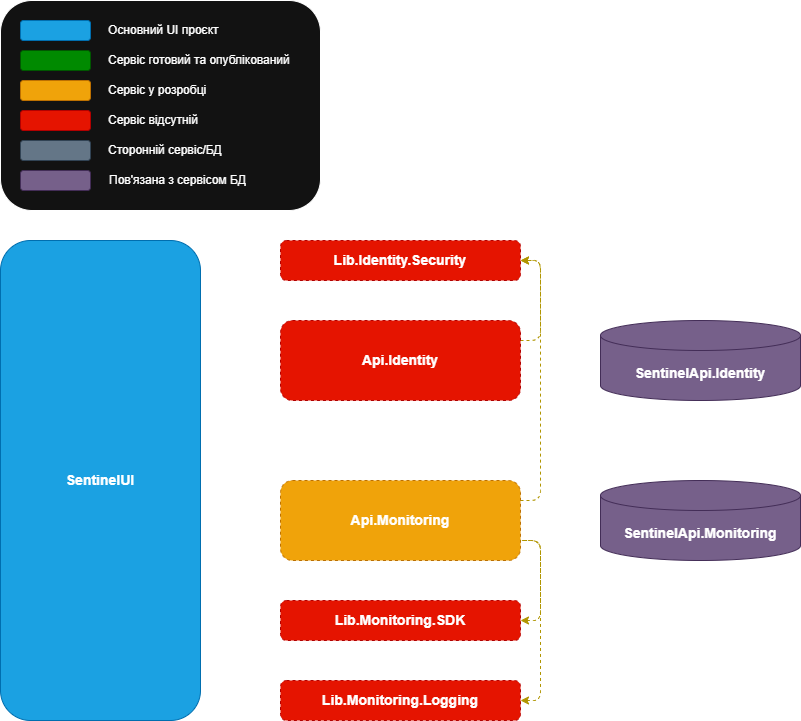
This is docs/architecture.png from SergioKostyukov/Sentinel, a draw.io export, as it was before one commit. Source tidied: cells renumbered, new cells last; positions are measured from the earlier drawing's top-left corner, leaving out a move shared by most shapes. The source it was exported from:
```xml
<mxGraphModel background="#494949">
  <root>
    <mxCell id="0" />
    <mxCell id="1" parent="0" />
    <mxCell id="2" style="edgeStyle=orthogonalEdgeStyle;html=1;exitX=1;exitY=0.5;exitDx=0;exitDy=0;entryX=0;entryY=0.5;entryDx=0;entryDy=0;rounded=1;" parent="1" edge="1" source="4" target="20">
      <mxGeometry relative="1" as="geometry" />
    </mxCell>
    <mxCell id="3" style="edgeStyle=orthogonalEdgeStyle;rounded=1;html=1;exitX=1;exitY=0.5;exitDx=0;exitDy=0;entryX=0;entryY=0.5;entryDx=0;entryDy=0;" parent="1" edge="1" source="4" target="24">
      <mxGeometry relative="1" as="geometry" />
    </mxCell>
    <mxCell id="4" value="SentinelUI" style="rounded=1;whiteSpace=wrap;html=1;fontStyle=1;fillColor=#1ba1e2;strokeColor=#006EAF;fontSize=14;fontColor=#ffffff;glass=0;shadow=0;" parent="1" vertex="1">
      <mxGeometry y="240" width="200" height="480" as="geometry" />
    </mxCell>
    <mxCell id="5" style="rounded=1;whiteSpace=wrap;html=1;" parent="1" vertex="1">
      <mxGeometry width="320" height="210" as="geometry" />
    </mxCell>
    <mxCell id="6" style="rounded=1;whiteSpace=wrap;html=1;fillColor=#1ba1e2;fontColor=#ffffff;strokeColor=#006EAF;" parent="1" vertex="1">
      <mxGeometry x="20" y="20" width="70" height="20" as="geometry" />
    </mxCell>
    <mxCell id="7" style="rounded=1;whiteSpace=wrap;html=1;fillColor=#008a00;fontColor=#ffffff;strokeColor=#005700;" parent="1" vertex="1">
      <mxGeometry x="20" y="50" width="70" height="20" as="geometry" />
    </mxCell>
    <mxCell id="8" style="rounded=1;whiteSpace=wrap;html=1;fillColor=#f0a30a;fontColor=#000000;strokeColor=#BD7000;" parent="1" vertex="1">
      <mxGeometry x="20" y="80" width="70" height="20" as="geometry" />
    </mxCell>
    <mxCell id="9" style="rounded=1;whiteSpace=wrap;html=1;fillColor=#e51400;fontColor=#ffffff;strokeColor=#B20000;" parent="1" vertex="1">
      <mxGeometry x="20" y="110" width="70" height="20" as="geometry" />
    </mxCell>
    <mxCell id="10" style="rounded=1;whiteSpace=wrap;html=1;fillColor=#647687;fontColor=#ffffff;strokeColor=#314354;" parent="1" vertex="1">
      <mxGeometry x="20" y="140" width="70" height="20" as="geometry" />
    </mxCell>
    <mxCell id="11" value="Основний UI проєкт" style="text;html=1;align=left;verticalAlign=middle;whiteSpace=wrap;rounded=1;fillColor=none;" parent="1" vertex="1">
      <mxGeometry x="106" y="15" width="204" height="30" as="geometry" />
    </mxCell>
    <mxCell id="12" value="Сервіс готовий та опублікований" style="text;html=1;align=left;verticalAlign=middle;whiteSpace=wrap;rounded=1;fillColor=none;" parent="1" vertex="1">
      <mxGeometry x="106" y="45" width="204" height="30" as="geometry" />
    </mxCell>
    <mxCell id="13" value="Сервіс у розробці" style="text;html=1;align=left;verticalAlign=middle;whiteSpace=wrap;rounded=1;fillColor=none;" parent="1" vertex="1">
      <mxGeometry x="106" y="75" width="204" height="30" as="geometry" />
    </mxCell>
    <mxCell id="14" value="Сервіс відсутній" style="text;html=1;align=left;verticalAlign=middle;whiteSpace=wrap;rounded=1;fillColor=none;" parent="1" vertex="1">
      <mxGeometry x="106" y="105" width="204" height="30" as="geometry" />
    </mxCell>
    <mxCell id="15" value="Сторонній сервіс/БД" style="text;html=1;align=left;verticalAlign=middle;whiteSpace=wrap;rounded=1;fillColor=none;" parent="1" vertex="1">
      <mxGeometry x="106" y="135" width="204" height="30" as="geometry" />
    </mxCell>
    <mxCell id="16" style="rounded=1;whiteSpace=wrap;html=1;fillColor=#76608a;fontColor=#ffffff;strokeColor=#432D57;" parent="1" vertex="1">
      <mxGeometry x="20" y="170" width="70" height="20" as="geometry" />
    </mxCell>
    <mxCell id="17" value="Пов'язана з сервісом БД" style="text;html=1;align=left;verticalAlign=middle;whiteSpace=wrap;rounded=1;fillColor=none;" parent="1" vertex="1">
      <mxGeometry x="107" y="165" width="204" height="30" as="geometry" />
    </mxCell>
    <mxCell id="18" style="edgeStyle=orthogonalEdgeStyle;rounded=1;html=1;exitX=1;exitY=0.25;exitDx=0;exitDy=0;entryX=1;entryY=0.5;entryDx=0;entryDy=0;dashed=1;fillColor=#e3c800;strokeColor=#B09500;" parent="1" edge="1" source="20" target="25">
      <mxGeometry relative="1" as="geometry">
        <Array as="points">
          <mxPoint x="540" y="340" />
          <mxPoint x="540" y="260" />
        </Array>
      </mxGeometry>
    </mxCell>
    <mxCell id="19" style="edgeStyle=orthogonalEdgeStyle;rounded=1;html=1;exitX=1;exitY=0.5;exitDx=0;exitDy=0;entryX=0;entryY=0.5;entryDx=0;entryDy=0;entryPerimeter=0;dashed=1;" parent="1" edge="1" source="20" target="21">
      <mxGeometry relative="1" as="geometry" />
    </mxCell>
    <mxCell id="20" value="&lt;span style=&quot;font-style: normal; font-variant-ligatures: normal; font-variant-caps: normal; letter-spacing: normal; orphans: 2; text-align: center; text-indent: 0px; text-transform: none; widows: 2; word-spacing: 0px; -webkit-text-stroke-width: 0px; text-decoration-thickness: initial; text-decoration-style: initial; text-decoration-color: initial; float: none; display: inline !important;&quot;&gt;&lt;font style=&quot;&quot;&gt;&lt;font style=&quot;&quot;&gt;&lt;span&gt;&lt;font style=&quot;color: rgb(255, 255, 255);&quot;&gt;Api.Identity&lt;/font&gt;&lt;/span&gt;&lt;/font&gt;&lt;/font&gt;&lt;/span&gt;" style="rounded=1;whiteSpace=wrap;html=1;fontStyle=1;dashed=1;fillColor=#e51400;fontColor=#ffffff;strokeColor=#B20000;fontSize=14;" parent="1" vertex="1">
      <mxGeometry x="280" y="320" width="240" height="80" as="geometry" />
    </mxCell>
    <mxCell id="21" value="&lt;font&gt;&lt;span style=&quot;font-weight: 700;&quot;&gt;S&lt;/span&gt;&lt;b&gt;entinelApi.Identity&lt;/b&gt;&lt;br&gt;&lt;/font&gt;" style="shape=cylinder3;whiteSpace=wrap;html=1;boundedLbl=1;backgroundOutline=1;size=15;fontSize=14;fillColor=#76608a;fontColor=#ffffff;strokeColor=#432D57;rounded=1;" parent="1" vertex="1">
      <mxGeometry x="600" y="320" width="200" height="80" as="geometry" />
    </mxCell>
    <mxCell id="22" style="edgeStyle=orthogonalEdgeStyle;rounded=1;html=1;exitX=1;exitY=0.25;exitDx=0;exitDy=0;entryX=1;entryY=0.5;entryDx=0;entryDy=0;dashed=1;fillColor=#e3c800;strokeColor=#B09500;" parent="1" edge="1" source="24" target="25">
      <mxGeometry relative="1" as="geometry">
        <Array as="points">
          <mxPoint x="540" y="500" />
          <mxPoint x="540" y="260" />
        </Array>
      </mxGeometry>
    </mxCell>
    <mxCell id="23" style="edgeStyle=orthogonalEdgeStyle;rounded=1;html=1;exitX=1;exitY=0.5;exitDx=0;exitDy=0;entryX=0;entryY=0.5;entryDx=0;entryDy=0;entryPerimeter=0;dashed=1;" parent="1" edge="1" source="24" target="26">
      <mxGeometry relative="1" as="geometry" />
    </mxCell>
    <mxCell id="24" value="&lt;span style=&quot;font-style: normal; font-variant-ligatures: normal; font-variant-caps: normal; letter-spacing: normal; orphans: 2; text-align: center; text-indent: 0px; text-transform: none; widows: 2; word-spacing: 0px; -webkit-text-stroke-width: 0px; text-decoration-thickness: initial; text-decoration-style: initial; text-decoration-color: initial; float: none; display: inline !important;&quot;&gt;&lt;font style=&quot;&quot;&gt;&lt;font style=&quot;&quot;&gt;&lt;span&gt;&lt;font style=&quot;color: rgb(255, 255, 255);&quot;&gt;Api.Monitoring&lt;/font&gt;&lt;/span&gt;&lt;/font&gt;&lt;/font&gt;&lt;/span&gt;" style="rounded=1;whiteSpace=wrap;html=1;fontStyle=1;dashed=1;fillColor=#f0a30a;fontColor=#000000;strokeColor=#BD7000;fontSize=14;" parent="1" vertex="1">
      <mxGeometry x="280" y="480" width="240" height="80" as="geometry" />
    </mxCell>
    <mxCell id="25" value="&lt;span style=&quot;font-style: normal; font-variant-ligatures: normal; font-variant-caps: normal; letter-spacing: normal; orphans: 2; text-align: center; text-indent: 0px; text-transform: none; widows: 2; word-spacing: 0px; -webkit-text-stroke-width: 0px; text-decoration-thickness: initial; text-decoration-style: initial; text-decoration-color: initial; float: none; display: inline !important;&quot;&gt;&lt;font style=&quot;&quot;&gt;&lt;font style=&quot;&quot;&gt;&lt;span style=&quot;color: rgb(255, 255, 255);&quot;&gt;&lt;font style=&quot;&quot;&gt;Lib.Identity.Security&lt;/font&gt;&lt;/span&gt;&lt;/font&gt;&lt;/font&gt;&lt;/span&gt;&lt;div&gt;&lt;/div&gt;" style="rounded=1;whiteSpace=wrap;html=1;fontStyle=1;dashed=1;fillColor=#e51400;fontColor=#ffffff;strokeColor=#B20000;fontSize=14;" parent="1" vertex="1">
      <mxGeometry x="280" y="240" width="240" height="40" as="geometry" />
    </mxCell>
    <mxCell id="26" value="&lt;font&gt;&lt;span style=&quot;font-weight: 700;&quot;&gt;S&lt;/span&gt;&lt;b&gt;entinelApi.Monitoring&lt;/b&gt;&lt;br&gt;&lt;/font&gt;" style="shape=cylinder3;whiteSpace=wrap;html=1;boundedLbl=1;backgroundOutline=1;size=15;fontSize=14;fillColor=#76608a;fontColor=#ffffff;strokeColor=#432D57;rounded=1;" parent="1" vertex="1">
      <mxGeometry x="600" y="480" width="200" height="80" as="geometry" />
    </mxCell>
    <mxCell id="27" style="edgeStyle=orthogonalEdgeStyle;rounded=1;jettySize=auto;html=1;exitX=1;exitY=0.5;exitDx=0;exitDy=0;entryX=1;entryY=0.75;entryDx=0;entryDy=0;dashed=1;curved=0;fillColor=#e3c800;strokeColor=#B09500;startArrow=classic;startFill=1;endArrow=none;endFill=0;" parent="1" edge="1" source="28" target="24">
      <mxGeometry relative="1" as="geometry" />
    </mxCell>
    <mxCell id="28" value="&lt;span style=&quot;font-style: normal; font-variant-ligatures: normal; font-variant-caps: normal; letter-spacing: normal; orphans: 2; text-align: center; text-indent: 0px; text-transform: none; widows: 2; word-spacing: 0px; -webkit-text-stroke-width: 0px; text-decoration-thickness: initial; text-decoration-style: initial; text-decoration-color: initial; float: none; display: inline !important;&quot;&gt;&lt;font style=&quot;&quot;&gt;&lt;font style=&quot;&quot;&gt;&lt;span style=&quot;color: rgb(255, 255, 255);&quot;&gt;&lt;font style=&quot;&quot;&gt;Lib.Monitoring.SDK&lt;/font&gt;&lt;/span&gt;&lt;/font&gt;&lt;/font&gt;&lt;/span&gt;&lt;div&gt;&lt;/div&gt;" style="rounded=1;whiteSpace=wrap;html=1;fontStyle=1;dashed=1;fillColor=#e51400;fontColor=#ffffff;strokeColor=#B20000;fontSize=14;" parent="1" vertex="1">
      <mxGeometry x="280" y="600" width="240" height="40" as="geometry" />
    </mxCell>
    <mxCell id="29" style="edgeStyle=orthogonalEdgeStyle;rounded=1;jettySize=auto;html=1;exitX=1;exitY=0.5;exitDx=0;exitDy=0;entryX=1;entryY=0.75;entryDx=0;entryDy=0;dashed=1;curved=0;fillColor=#e3c800;strokeColor=#B09500;startArrow=classic;startFill=1;endArrow=none;endFill=0;" parent="1" edge="1" source="30" target="24">
      <mxGeometry relative="1" as="geometry" />
    </mxCell>
    <mxCell id="30" value="&lt;span style=&quot;font-style: normal; font-variant-ligatures: normal; font-variant-caps: normal; letter-spacing: normal; orphans: 2; text-align: center; text-indent: 0px; text-transform: none; widows: 2; word-spacing: 0px; -webkit-text-stroke-width: 0px; text-decoration-thickness: initial; text-decoration-style: initial; text-decoration-color: initial; float: none; display: inline !important;&quot;&gt;&lt;font style=&quot;&quot;&gt;&lt;font style=&quot;&quot;&gt;&lt;span style=&quot;color: rgb(255, 255, 255);&quot;&gt;&lt;font style=&quot;&quot;&gt;Lib.Monitoring.Logging&lt;/font&gt;&lt;/span&gt;&lt;/font&gt;&lt;/font&gt;&lt;/span&gt;&lt;div&gt;&lt;/div&gt;" style="rounded=1;whiteSpace=wrap;html=1;fontStyle=1;dashed=1;fillColor=#e51400;fontColor=#ffffff;strokeColor=#B20000;fontSize=14;" parent="1" vertex="1">
      <mxGeometry x="280" y="680" width="240" height="40" as="geometry" />
    </mxCell>
  </root>
</mxGraphModel>
```
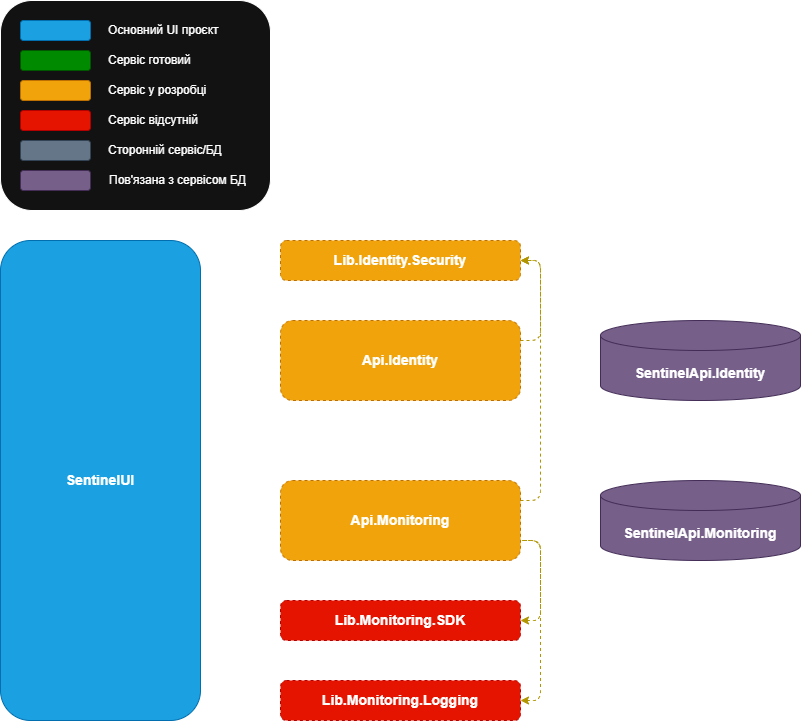
After the commit.

Diff of the diagram source:
```diff
@@ -12,7 +12,7 @@
       <mxGeometry y="240" width="200" height="480" as="geometry" />
     </mxCell>
     <mxCell id="5" style="rounded=1;whiteSpace=wrap;html=1;" parent="1" vertex="1">
-      <mxGeometry width="320" height="210" as="geometry" />
+      <mxGeometry width="270" height="210" as="geometry" />
     </mxCell>
     <mxCell id="6" style="rounded=1;whiteSpace=wrap;html=1;fillColor=#1ba1e2;fontColor=#ffffff;strokeColor=#006EAF;" parent="1" vertex="1">
       <mxGeometry x="20" y="20" width="70" height="20" as="geometry" />
@@ -32,7 +32,7 @@
     <mxCell id="11" value="Основний UI проєкт" style="text;html=1;align=left;verticalAlign=middle;whiteSpace=wrap;rounded=1;fillColor=none;" parent="1" vertex="1">
       <mxGeometry x="106" y="15" width="204" height="30" as="geometry" />
     </mxCell>
-    <mxCell id="12" value="Сервіс готовий та опублікований" style="text;html=1;align=left;verticalAlign=middle;whiteSpace=wrap;rounded=1;fillColor=none;" parent="1" vertex="1">
+    <mxCell id="12" value="Сервіс готовий" style="text;html=1;align=left;verticalAlign=middle;whiteSpace=wrap;rounded=1;fillColor=none;" parent="1" vertex="1">
       <mxGeometry x="106" y="45" width="204" height="30" as="geometry" />
     </mxCell>
     <mxCell id="13" value="Сервіс у розробці" style="text;html=1;align=left;verticalAlign=middle;whiteSpace=wrap;rounded=1;fillColor=none;" parent="1" vertex="1">
@@ -61,7 +61,7 @@
     <mxCell id="19" style="edgeStyle=orthogonalEdgeStyle;rounded=1;html=1;exitX=1;exitY=0.5;exitDx=0;exitDy=0;entryX=0;entryY=0.5;entryDx=0;entryDy=0;entryPerimeter=0;dashed=1;" parent="1" edge="1" source="20" target="21">
       <mxGeometry relative="1" as="geometry" />
     </mxCell>
-    <mxCell id="20" value="&lt;span style=&quot;font-style: normal; font-variant-ligatures: normal; font-variant-caps: normal; letter-spacing: normal; orphans: 2; text-align: center; text-indent: 0px; text-transform: none; widows: 2; word-spacing: 0px; -webkit-text-stroke-width: 0px; text-decoration-thickness: initial; text-decoration-style: initial; text-decoration-color: initial; float: none; display: inline !important;&quot;&gt;&lt;font style=&quot;&quot;&gt;&lt;font style=&quot;&quot;&gt;&lt;span&gt;&lt;font style=&quot;color: rgb(255, 255, 255);&quot;&gt;Api.Identity&lt;/font&gt;&lt;/span&gt;&lt;/font&gt;&lt;/font&gt;&lt;/span&gt;" style="rounded=1;whiteSpace=wrap;html=1;fontStyle=1;dashed=1;fillColor=#e51400;fontColor=#ffffff;strokeColor=#B20000;fontSize=14;" parent="1" vertex="1">
+    <mxCell id="20" value="&lt;span style=&quot;font-style: normal; font-variant-ligatures: normal; font-variant-caps: normal; letter-spacing: normal; orphans: 2; text-align: center; text-indent: 0px; text-transform: none; widows: 2; word-spacing: 0px; -webkit-text-stroke-width: 0px; text-decoration-thickness: initial; text-decoration-style: initial; text-decoration-color: initial; float: none; display: inline !important;&quot;&gt;&lt;font style=&quot;&quot;&gt;&lt;font style=&quot;&quot;&gt;&lt;span&gt;&lt;font style=&quot;color: rgb(255, 255, 255);&quot;&gt;Api.Identity&lt;/font&gt;&lt;/span&gt;&lt;/font&gt;&lt;/font&gt;&lt;/span&gt;" style="rounded=1;whiteSpace=wrap;html=1;fontStyle=1;dashed=1;fillColor=#f0a30a;fontColor=#000000;strokeColor=#BD7000;fontSize=14;" parent="1" vertex="1">
       <mxGeometry x="280" y="320" width="240" height="80" as="geometry" />
     </mxCell>
     <mxCell id="21" value="&lt;font&gt;&lt;span style=&quot;font-weight: 700;&quot;&gt;S&lt;/span&gt;&lt;b&gt;entinelApi.Identity&lt;/b&gt;&lt;br&gt;&lt;/font&gt;" style="shape=cylinder3;whiteSpace=wrap;html=1;boundedLbl=1;backgroundOutline=1;size=15;fontSize=14;fillColor=#76608a;fontColor=#ffffff;strokeColor=#432D57;rounded=1;" parent="1" vertex="1">
@@ -81,7 +81,7 @@
     <mxCell id="24" value="&lt;span style=&quot;font-style: normal; font-variant-ligatures: normal; font-variant-caps: normal; letter-spacing: normal; orphans: 2; text-align: center; text-indent: 0px; text-transform: none; widows: 2; word-spacing: 0px; -webkit-text-stroke-width: 0px; text-decoration-thickness: initial; text-decoration-style: initial; text-decoration-color: initial; float: none; display: inline !important;&quot;&gt;&lt;font style=&quot;&quot;&gt;&lt;font style=&quot;&quot;&gt;&lt;span&gt;&lt;font style=&quot;color: rgb(255, 255, 255);&quot;&gt;Api.Monitoring&lt;/font&gt;&lt;/span&gt;&lt;/font&gt;&lt;/font&gt;&lt;/span&gt;" style="rounded=1;whiteSpace=wrap;html=1;fontStyle=1;dashed=1;fillColor=#f0a30a;fontColor=#000000;strokeColor=#BD7000;fontSize=14;" parent="1" vertex="1">
       <mxGeometry x="280" y="480" width="240" height="80" as="geometry" />
     </mxCell>
-    <mxCell id="25" value="&lt;span style=&quot;font-style: normal; font-variant-ligatures: normal; font-variant-caps: normal; letter-spacing: normal; orphans: 2; text-align: center; text-indent: 0px; text-transform: none; widows: 2; word-spacing: 0px; -webkit-text-stroke-width: 0px; text-decoration-thickness: initial; text-decoration-style: initial; text-decoration-color: initial; float: none; display: inline !important;&quot;&gt;&lt;font style=&quot;&quot;&gt;&lt;font style=&quot;&quot;&gt;&lt;span style=&quot;color: rgb(255, 255, 255);&quot;&gt;&lt;font style=&quot;&quot;&gt;Lib.Identity.Security&lt;/font&gt;&lt;/span&gt;&lt;/font&gt;&lt;/font&gt;&lt;/span&gt;&lt;div&gt;&lt;/div&gt;" style="rounded=1;whiteSpace=wrap;html=1;fontStyle=1;dashed=1;fillColor=#e51400;fontColor=#ffffff;strokeColor=#B20000;fontSize=14;" parent="1" vertex="1">
+    <mxCell id="25" value="&lt;span style=&quot;font-style: normal; font-variant-ligatures: normal; font-variant-caps: normal; letter-spacing: normal; orphans: 2; text-align: center; text-indent: 0px; text-transform: none; widows: 2; word-spacing: 0px; -webkit-text-stroke-width: 0px; text-decoration-thickness: initial; text-decoration-style: initial; text-decoration-color: initial; float: none; display: inline !important;&quot;&gt;&lt;font style=&quot;&quot;&gt;&lt;font style=&quot;&quot;&gt;&lt;span style=&quot;color: rgb(255, 255, 255);&quot;&gt;&lt;font style=&quot;&quot;&gt;Lib.Identity.Security&lt;/font&gt;&lt;/span&gt;&lt;/font&gt;&lt;/font&gt;&lt;/span&gt;&lt;div&gt;&lt;/div&gt;" style="rounded=1;whiteSpace=wrap;html=1;fontStyle=1;dashed=1;fillColor=#f0a30a;fontColor=#000000;strokeColor=#BD7000;fontSize=14;" parent="1" vertex="1">
       <mxGeometry x="280" y="240" width="240" height="40" as="geometry" />
     </mxCell>
     <mxCell id="26" value="&lt;font&gt;&lt;span style=&quot;font-weight: 700;&quot;&gt;S&lt;/span&gt;&lt;b&gt;entinelApi.Monitoring&lt;/b&gt;&lt;br&gt;&lt;/font&gt;" style="shape=cylinder3;whiteSpace=wrap;html=1;boundedLbl=1;backgroundOutline=1;size=15;fontSize=14;fillColor=#76608a;fontColor=#ffffff;strokeColor=#432D57;rounded=1;" parent="1" vertex="1">
```
